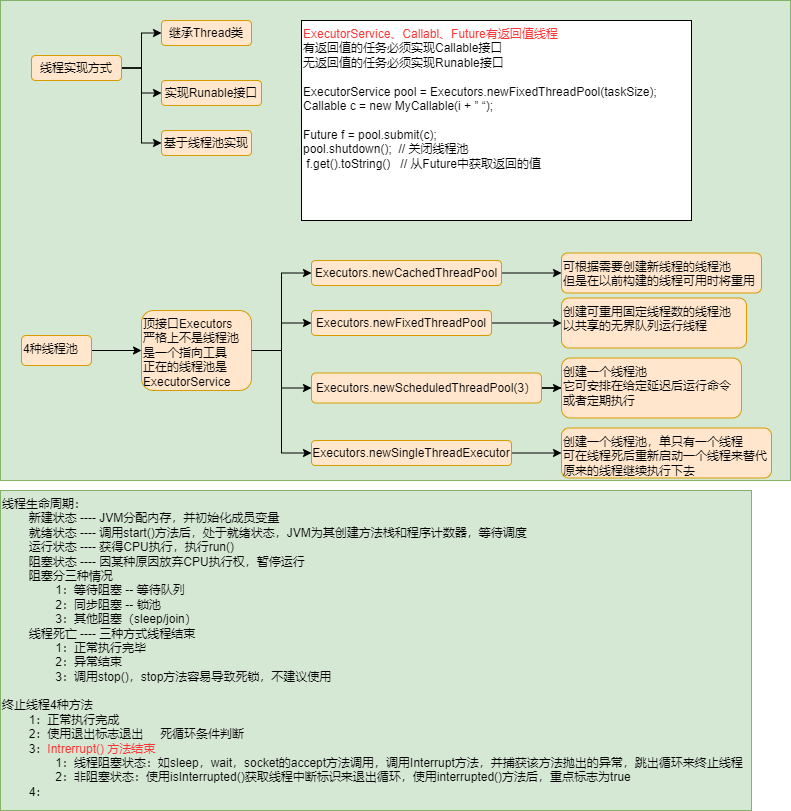
This is java/JUC并发编程.png from lore-study/java-picture-bed, a draw.io export, as it was before one commit. Source tidied: cells renumbered, new cells last; positions are measured from the earlier drawing's top-left corner, leaving out a move shared by most shapes.
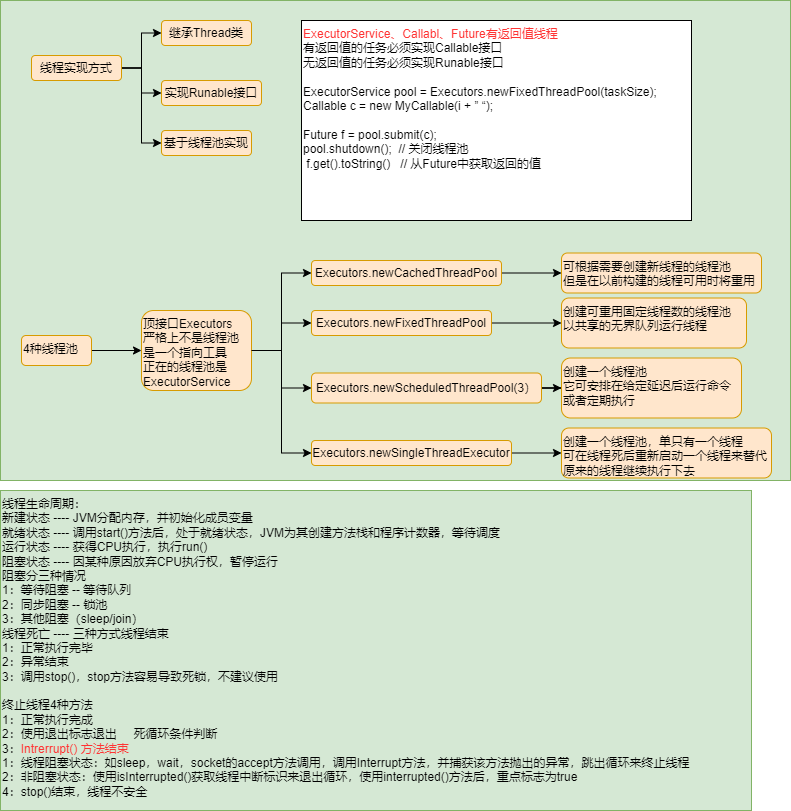
Above is the later version.

Commit message:
更新JUC并发编程.png

The edit, as a diff of the source:
```diff
@@ -86,7 +86,7 @@
     <mxCell id="29" value="4种线程池" style="rounded=1;whiteSpace=wrap;html=1;fillColor=#ffe6cc;strokeColor=#d79b00;align=left;verticalAlign=top;" parent="1" vertex="1">
       <mxGeometry x="21" y="335" width="70" height="30" as="geometry" />
     </mxCell>
-    <mxCell id="30" value="线程生命周期：&lt;br&gt;&lt;span&gt;&#9;&lt;/span&gt;&lt;span style=&quot;white-space: pre&quot;&gt;&#9;&lt;/span&gt;新建状态 ---- JVM分配内存，并初始化成员变量&lt;br&gt;&lt;span&gt;&#9;&lt;/span&gt;&lt;span style=&quot;white-space: pre&quot;&gt;&#9;&lt;/span&gt;就绪状态 ---- 调用start()方法后，处于就绪状态，JVM为其创建方法栈和程序计数器，等待调度&lt;br&gt;&lt;span&gt;&#9;&lt;/span&gt;&lt;span style=&quot;white-space: pre&quot;&gt;&#9;&lt;/span&gt;运行状态 ---- 获得CPU执行，执行run()&lt;br&gt;&lt;span&gt;&#9;&lt;/span&gt;&lt;span style=&quot;white-space: pre&quot;&gt;&#9;&lt;/span&gt;阻塞状态 ---- 因某种原因放弃CPU执行权，暂停运行&lt;br&gt;&lt;span&gt;&#9;&lt;/span&gt;&lt;span&gt;&#9;&lt;/span&gt;&lt;span style=&quot;white-space: pre&quot;&gt;&#9;&lt;/span&gt;阻塞分三种情况&lt;br&gt;&lt;span&gt;&#9;&lt;/span&gt;&lt;span&gt;&#9;&lt;/span&gt;&lt;span&gt;&#9;&lt;/span&gt;&lt;span style=&quot;white-space: pre&quot;&gt;&#9;&lt;span style=&quot;white-space: pre&quot;&gt;&#9;&lt;/span&gt;&lt;/span&gt;1：等待阻塞 -- 等待队列&lt;br&gt;&lt;span&gt;&#9;&lt;/span&gt;&lt;span&gt;&#9;&lt;/span&gt;&lt;span&gt;&#9;&lt;/span&gt;&lt;span style=&quot;white-space: pre&quot;&gt;&#9;&lt;span style=&quot;white-space: pre&quot;&gt;&#9;&lt;/span&gt;&lt;/span&gt;2：同步阻塞 -- 锁池&lt;br&gt;&lt;span&gt;&#9;&lt;/span&gt;&lt;span&gt;&#9;&lt;/span&gt;&lt;span&gt;&#9;&lt;/span&gt;&lt;span style=&quot;white-space: pre&quot;&gt;&#9;&lt;span style=&quot;white-space: pre&quot;&gt;&#9;&lt;/span&gt;&lt;/span&gt;3：其他阻塞（sleep/join）&lt;br&gt;&lt;span&gt;&#9;&lt;/span&gt;&lt;span style=&quot;white-space: pre&quot;&gt;&#9;&lt;/span&gt;线程死亡 ---- 三种方式线程结束&lt;br&gt;&lt;span&gt;&#9;&lt;/span&gt;&lt;span&gt;&#9;&lt;/span&gt;&lt;span style=&quot;white-space: pre&quot;&gt;&#9;&lt;span style=&quot;white-space: pre&quot;&gt;&#9;&lt;/span&gt;&lt;/span&gt;1：正常执行完毕&lt;br&gt;&lt;span&gt;&#9;&lt;/span&gt;&lt;span&gt;&#9;&lt;/span&gt;&lt;span style=&quot;white-space: pre&quot;&gt;&#9;&lt;span style=&quot;white-space: pre&quot;&gt;&#9;&lt;/span&gt;&lt;/span&gt;2：异常结束&lt;br&gt;&lt;span&gt;&#9;&lt;/span&gt;&lt;span&gt;&#9;&lt;/span&gt;&lt;span style=&quot;white-space: pre&quot;&gt;&#9;&lt;span style=&quot;white-space: pre&quot;&gt;&#9;&lt;/span&gt;&lt;/span&gt;3：调用stop()，stop方法容易导致死锁，不建议使用&lt;br&gt;&lt;br&gt;终止线程4种方法&lt;br&gt;&#9;&lt;span style=&quot;white-space: pre&quot;&gt;&#9;&lt;/span&gt;1：正常执行完成&lt;br&gt;&#9;&lt;span style=&quot;white-space: pre&quot;&gt;&#9;&lt;/span&gt;2：使用退出标志退出&amp;nbsp; &amp;nbsp; &amp;nbsp;死循环条件判断&lt;br&gt;&#9;&lt;span style=&quot;white-space: pre&quot;&gt;&#9;&lt;/span&gt;3：&lt;font color=&quot;#ff3333&quot;&gt;Intrerrupt() 方法结束&lt;/font&gt;&lt;br&gt;&#9;&#9;&lt;span style=&quot;white-space: pre&quot;&gt;&#9;&lt;/span&gt;&lt;span style=&quot;white-space: pre&quot;&gt;&#9;&lt;/span&gt;1：线程阻塞状态：如sleep，wait，socket的accept方法调用，调用Interrupt方法，并捕获该方法抛出的异常，跳出循环来终止线程&lt;br&gt;&#9;&#9;&lt;span style=&quot;white-space: pre&quot;&gt;&#9;&lt;/span&gt;&lt;span style=&quot;white-space: pre&quot;&gt;&#9;&lt;/span&gt;2：非阻塞状态：使用isInterrupted()获取线程中断标识来退出循环，使用interrupted()方法后，重点标志为true&lt;br&gt;&#9;&lt;span style=&quot;white-space: pre&quot;&gt;&#9;&lt;/span&gt;4：" style="rounded=0;whiteSpace=wrap;html=1;align=left;verticalAlign=top;fillColor=#d5e8d4;strokeColor=#82b366;" parent="1" vertex="1">
+    <mxCell id="30" value="线程生命周期：&lt;br&gt;&lt;span&gt;&#9;&lt;/span&gt;&lt;span&gt;&#9;&lt;/span&gt;新建状态 ---- JVM分配内存，并初始化成员变量&lt;br&gt;&lt;span&gt;&#9;&lt;/span&gt;&lt;span&gt;&#9;&lt;/span&gt;就绪状态 ---- 调用start()方法后，处于就绪状态，JVM为其创建方法栈和程序计数器，等待调度&lt;br&gt;&lt;span&gt;&#9;&lt;/span&gt;&lt;span&gt;&#9;&lt;/span&gt;运行状态 ---- 获得CPU执行，执行run()&lt;br&gt;&lt;span&gt;&#9;&lt;/span&gt;&lt;span&gt;&#9;&lt;/span&gt;阻塞状态 ---- 因某种原因放弃CPU执行权，暂停运行&lt;br&gt;&lt;span&gt;&#9;&lt;/span&gt;&lt;span&gt;&#9;&lt;/span&gt;&lt;span&gt;&#9;&lt;/span&gt;阻塞分三种情况&lt;br&gt;&lt;span&gt;&#9;&lt;/span&gt;&lt;span&gt;&#9;&lt;/span&gt;&lt;span&gt;&#9;&lt;/span&gt;&lt;span&gt;&#9;&lt;span&gt;&#9;&lt;/span&gt;&lt;/span&gt;1：等待阻塞 -- 等待队列&lt;br&gt;&lt;span&gt;&#9;&lt;/span&gt;&lt;span&gt;&#9;&lt;/span&gt;&lt;span&gt;&#9;&lt;/span&gt;&lt;span&gt;&#9;&lt;span&gt;&#9;&lt;/span&gt;&lt;/span&gt;2：同步阻塞 -- 锁池&lt;br&gt;&lt;span&gt;&#9;&lt;/span&gt;&lt;span&gt;&#9;&lt;/span&gt;&lt;span&gt;&#9;&lt;/span&gt;&lt;span&gt;&#9;&lt;span&gt;&#9;&lt;/span&gt;&lt;/span&gt;3：其他阻塞（sleep/join）&lt;br&gt;&lt;span&gt;&#9;&lt;/span&gt;&lt;span&gt;&#9;&lt;/span&gt;线程死亡 ---- 三种方式线程结束&lt;br&gt;&lt;span&gt;&#9;&lt;/span&gt;&lt;span&gt;&#9;&lt;/span&gt;&lt;span&gt;&#9;&lt;span&gt;&#9;&lt;/span&gt;&lt;/span&gt;1：正常执行完毕&lt;br&gt;&lt;span&gt;&#9;&lt;/span&gt;&lt;span&gt;&#9;&lt;/span&gt;&lt;span&gt;&#9;&lt;span&gt;&#9;&lt;/span&gt;&lt;/span&gt;2：异常结束&lt;br&gt;&lt;span&gt;&#9;&lt;/span&gt;&lt;span&gt;&#9;&lt;/span&gt;&lt;span&gt;&#9;&lt;span&gt;&#9;&lt;/span&gt;&lt;/span&gt;3：调用stop()，stop方法容易导致死锁，不建议使用&lt;br&gt;&lt;br&gt;终止线程4种方法&lt;br&gt;&#9;&lt;span&gt;&#9;&lt;/span&gt;1：正常执行完成&lt;br&gt;&#9;&lt;span&gt;&#9;&lt;/span&gt;2：使用退出标志退出&amp;nbsp; &amp;nbsp; &amp;nbsp;死循环条件判断&lt;br&gt;&#9;&lt;span&gt;&#9;&lt;/span&gt;3：&lt;font color=&quot;#ff3333&quot;&gt;Intrerrupt() 方法结束&lt;/font&gt;&lt;br&gt;&#9;&#9;&lt;span&gt;&#9;&lt;/span&gt;&lt;span&gt;&#9;&lt;/span&gt;1：线程阻塞状态：如sleep，wait，socket的accept方法调用，调用Interrupt方法，并捕获该方法抛出的异常，跳出循环来终止线程&lt;br&gt;&#9;&#9;&lt;span&gt;&#9;&lt;/span&gt;&lt;span&gt;&#9;&lt;/span&gt;2：非阻塞状态：使用isInterrupted()获取线程中断标识来退出循环，使用interrupted()方法后，重点标志为true&lt;br&gt;&#9;&lt;span&gt;&#9;&lt;/span&gt;4：stop()结束，线程不安全" style="rounded=0;whiteSpace=wrap;html=1;align=left;verticalAlign=top;fillColor=#d5e8d4;strokeColor=#82b366;" parent="1" vertex="1">
       <mxGeometry y="490" width="751" height="320" as="geometry" />
     </mxCell>
   </root>
```
